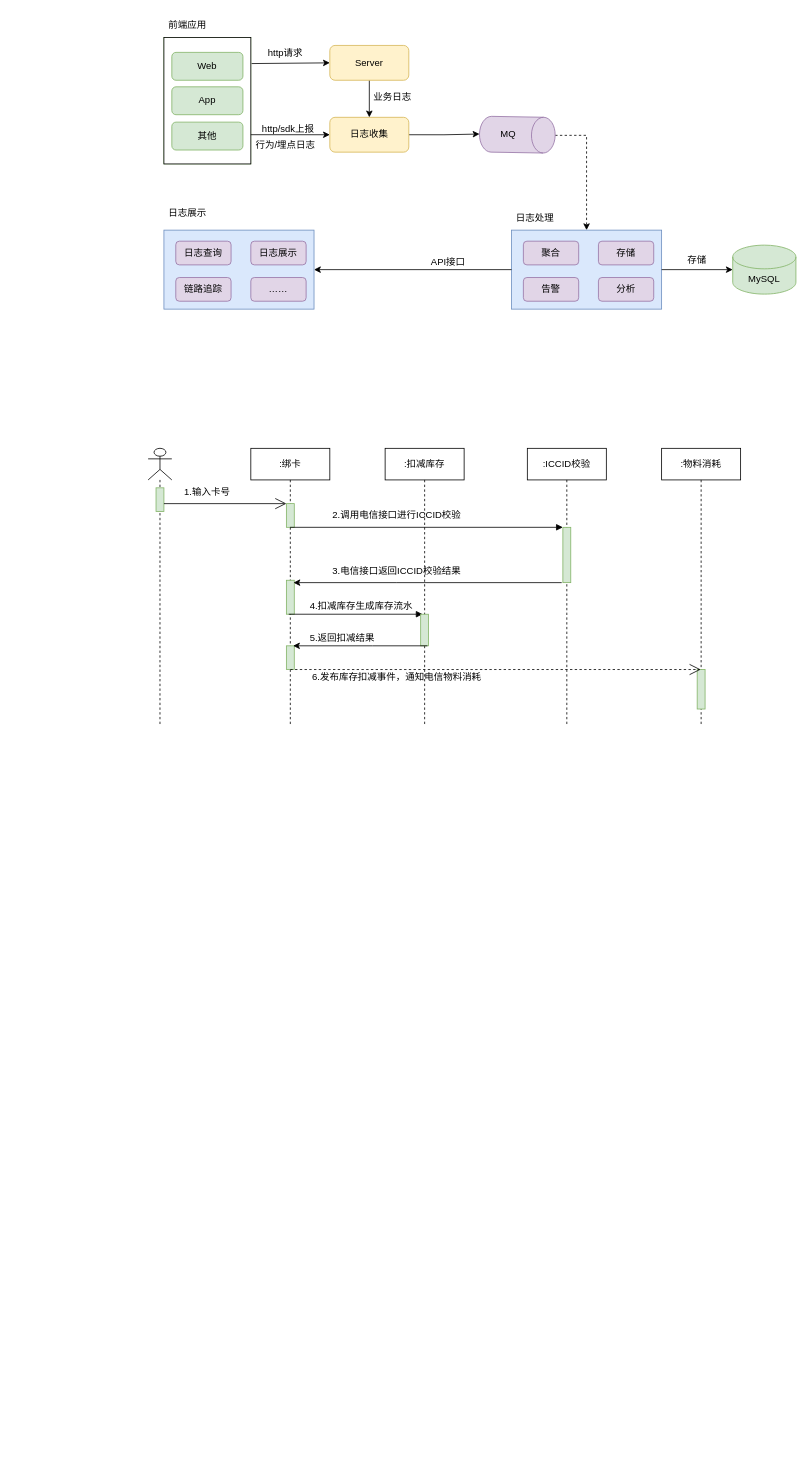
This is 日志埋点收集.drawio from vvhard/draw_io, a draw.io file, before an edit. Source tidied: cells renumbered, new cells numbered last; positions are measured from the earlier drawing's top-left corner, leaving out a move shared by most shapes. Both pictures are drawn from the tidied source at 79%, with x=0, y=0 at pixel (148, 13).
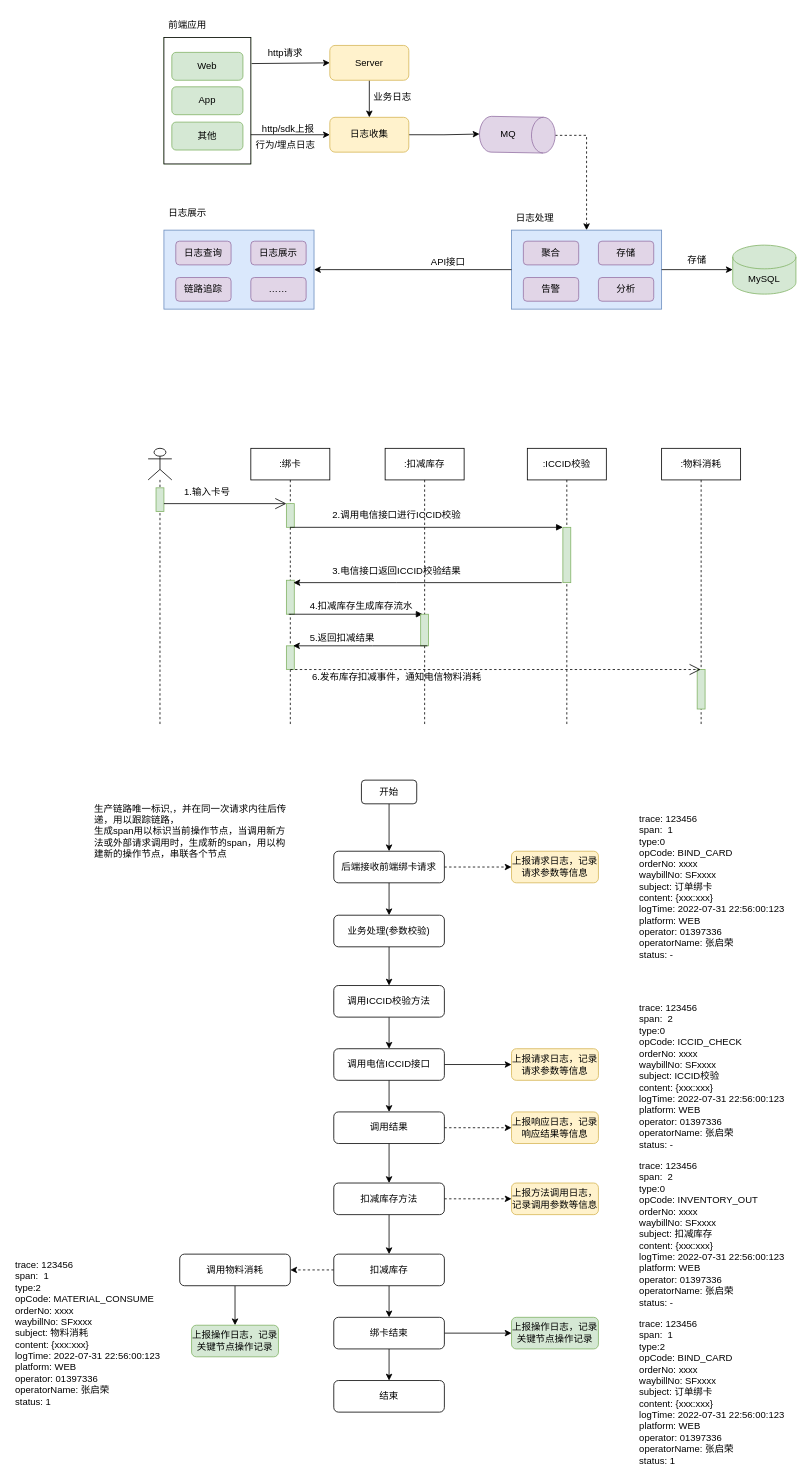
The same diagram, later.

Commit message:
更新日志埋点收集.drawio

The edit, as a diff of the source:
```diff
@@
+    <mxCell id="64" style="edgeStyle=orthogonalEdgeStyle;rounded=0;jettySize=auto;html=1;exitX=0.5;exitY=1;exitDx=0;exitDy=0;entryX=0.5;entryY=0;entryDx=0;entryDy=0;" parent="1" edge="1" source="65" target="68">
+      <mxGeometry relative="1" as="geometry" />
+    </mxCell>
+    <mxCell id="65" value="开始" style="rounded=1;whiteSpace=wrap;html=1;" parent="1" vertex="1">
+      <mxGeometry x="270" y="970" width="70" height="30" as="geometry" />
+    </mxCell>
+    <mxCell id="66" style="edgeStyle=orthogonalEdgeStyle;rounded=0;jettySize=auto;html=1;exitX=0.5;exitY=1;exitDx=0;exitDy=0;entryX=0.5;entryY=0;entryDx=0;entryDy=0;" parent="1" edge="1" source="68" target="70">
+      <mxGeometry relative="1" as="geometry" />
+    </mxCell>
+    <mxCell id="67" style="edgeStyle=orthogonalEdgeStyle;rounded=0;jettySize=auto;html=1;exitX=1;exitY=0.5;exitDx=0;exitDy=0;entryX=0;entryY=0.5;entryDx=0;entryDy=0;dashed=1;" parent="1" edge="1" source="68" target="73">
+      <mxGeometry relative="1" as="geometry" />
+    </mxCell>
+    <mxCell id="68" value="后端接收前端绑卡请求" style="rounded=1;whiteSpace=wrap;html=1;" parent="1" vertex="1">
+      <mxGeometry x="235" y="1060" width="140" height="40" as="geometry" />
+    </mxCell>
+    <mxCell id="69" style="edgeStyle=orthogonalEdgeStyle;rounded=0;jettySize=auto;html=1;exitX=0.5;exitY=1;exitDx=0;exitDy=0;entryX=0.5;entryY=0;entryDx=0;entryDy=0;" parent="1" edge="1" source="70" target="72">
+      <mxGeometry relative="1" as="geometry" />
+    </mxCell>
+    <mxCell id="70" value="业务处理(参数校验)" style="rounded=1;whiteSpace=wrap;html=1;" parent="1" vertex="1">
+      <mxGeometry x="235" y="1141" width="140" height="40" as="geometry" />
+    </mxCell>
+    <mxCell id="71" style="edgeStyle=orthogonalEdgeStyle;rounded=0;jettySize=auto;html=1;exitX=0.5;exitY=1;exitDx=0;exitDy=0;entryX=0.5;entryY=0;entryDx=0;entryDy=0;" parent="1" edge="1" source="72" target="76">
+      <mxGeometry relative="1" as="geometry" />
+    </mxCell>
+    <mxCell id="72" value="调用ICCID校验方法" style="rounded=1;whiteSpace=wrap;html=1;" parent="1" vertex="1">
+      <mxGeometry x="235" y="1230" width="140" height="40" as="geometry" />
+    </mxCell>
+    <mxCell id="73" value="上报请求日志，记录请求参数等信息" style="rounded=1;whiteSpace=wrap;html=1;fillColor=#fff2cc;strokeColor=#d6b656;" parent="1" vertex="1">
+      <mxGeometry x="460" y="1060" width="110" height="40" as="geometry" />
+    </mxCell>
+    <mxCell id="74" style="edgeStyle=orthogonalEdgeStyle;rounded=0;jettySize=auto;html=1;exitX=0.5;exitY=1;exitDx=0;exitDy=0;entryX=0.5;entryY=0;entryDx=0;entryDy=0;" parent="1" edge="1" source="76" target="79">
+      <mxGeometry relative="1" as="geometry" />
+    </mxCell>
+    <mxCell id="75" style="edgeStyle=orthogonalEdgeStyle;rounded=0;jettySize=auto;html=1;exitX=1;exitY=0.5;exitDx=0;exitDy=0;" parent="1" edge="1" source="76" target="93">
+      <mxGeometry relative="1" as="geometry" />
+    </mxCell>
+    <mxCell id="76" value="调用电信ICCID接口" style="rounded=1;whiteSpace=wrap;html=1;" parent="1" vertex="1">
+      <mxGeometry x="235" y="1310" width="140" height="40" as="geometry" />
+    </mxCell>
+    <mxCell id="77" style="edgeStyle=orthogonalEdgeStyle;rounded=0;jettySize=auto;html=1;exitX=0.5;exitY=1;exitDx=0;exitDy=0;" parent="1" edge="1" source="79" target="82">
+      <mxGeometry relative="1" as="geometry" />
+    </mxCell>
+    <mxCell id="78" style="edgeStyle=orthogonalEdgeStyle;rounded=0;jettySize=auto;html=1;exitX=1;exitY=0.5;exitDx=0;exitDy=0;dashed=1;" parent="1" edge="1" source="79" target="92">
+      <mxGeometry relative="1" as="geometry" />
+    </mxCell>
+    <mxCell id="79" value="调用结果" style="rounded=1;whiteSpace=wrap;html=1;" parent="1" vertex="1">
+      <mxGeometry x="235" y="1390" width="140" height="40" as="geometry" />
+    </mxCell>
+    <mxCell id="80" style="edgeStyle=orthogonalEdgeStyle;rounded=0;jettySize=auto;html=1;entryX=0.5;entryY=0;entryDx=0;entryDy=0;" parent="1" edge="1" source="82" target="85">
+      <mxGeometry relative="1" as="geometry" />
+    </mxCell>
+    <mxCell id="81" style="edgeStyle=orthogonalEdgeStyle;rounded=0;jettySize=auto;html=1;exitX=1;exitY=0.5;exitDx=0;exitDy=0;dashed=1;" parent="1" edge="1" source="82" target="91">
+      <mxGeometry relative="1" as="geometry" />
+    </mxCell>
+    <mxCell id="82" value="扣减库存方法" style="rounded=1;whiteSpace=wrap;html=1;" parent="1" vertex="1">
+      <mxGeometry x="235" y="1480" width="140" height="40" as="geometry" />
+    </mxCell>
+    <mxCell id="83" style="edgeStyle=orthogonalEdgeStyle;rounded=0;jettySize=auto;html=1;entryX=0.5;entryY=0;entryDx=0;entryDy=0;" parent="1" edge="1" source="85" target="88">
+      <mxGeometry relative="1" as="geometry" />
+    </mxCell>
+    <mxCell id="84" style="edgeStyle=orthogonalEdgeStyle;rounded=0;jettySize=auto;html=1;entryX=1;entryY=0.5;entryDx=0;entryDy=0;dashed=1;" parent="1" edge="1" source="85" target="101">
+      <mxGeometry relative="1" as="geometry" />
+    </mxCell>
+    <mxCell id="85" value="扣减库存" style="rounded=1;whiteSpace=wrap;html=1;" parent="1" vertex="1">
+      <mxGeometry x="235" y="1570" width="140" height="40" as="geometry" />
+    </mxCell>
+    <mxCell id="86" style="edgeStyle=orthogonalEdgeStyle;rounded=0;jettySize=auto;html=1;exitX=0.5;exitY=1;exitDx=0;exitDy=0;entryX=0.5;entryY=0;entryDx=0;entryDy=0;" parent="1" edge="1" source="88" target="89">
+      <mxGeometry relative="1" as="geometry" />
+    </mxCell>
+    <mxCell id="87" style="edgeStyle=orthogonalEdgeStyle;rounded=0;jettySize=auto;html=1;exitX=1;exitY=0.5;exitDx=0;exitDy=0;entryX=0;entryY=0.5;entryDx=0;entryDy=0;" parent="1" edge="1" source="88" target="90">
+      <mxGeometry relative="1" as="geometry" />
+    </mxCell>
+    <mxCell id="88" value="绑卡结束" style="rounded=1;whiteSpace=wrap;html=1;" parent="1" vertex="1">
+      <mxGeometry x="235" y="1650" width="140" height="40" as="geometry" />
+    </mxCell>
+    <mxCell id="89" value="结束" style="rounded=1;whiteSpace=wrap;html=1;" parent="1" vertex="1">
+      <mxGeometry x="235" y="1730" width="140" height="40" as="geometry" />
+    </mxCell>
+    <mxCell id="90" value="上报操作日志，记录关键节点操作记录" style="rounded=1;whiteSpace=wrap;html=1;fillColor=#d5e8d4;strokeColor=#82b366;" parent="1" vertex="1">
+      <mxGeometry x="460" y="1650" width="110" height="40" as="geometry" />
+    </mxCell>
+    <mxCell id="91" value="上报方法调用日志，记录调用参数等信息" style="rounded=1;whiteSpace=wrap;html=1;fillColor=#fff2cc;strokeColor=#d6b656;" parent="1" vertex="1">
+      <mxGeometry x="460" y="1480" width="110" height="40" as="geometry" />
+    </mxCell>
+    <mxCell id="92" value="上报响应日志，记录响应结果等信息" style="rounded=1;whiteSpace=wrap;html=1;fillColor=#fff2cc;strokeColor=#d6b656;" parent="1" vertex="1">
+      <mxGeometry x="460" y="1390" width="110" height="40" as="geometry" />
+    </mxCell>
+    <mxCell id="93" value="上报请求日志，记录请求参数等信息" style="rounded=1;whiteSpace=wrap;html=1;fillColor=#fff2cc;strokeColor=#d6b656;" parent="1" vertex="1">
+      <mxGeometry x="460" y="1310" width="110" height="40" as="geometry" />
+    </mxCell>
+    <mxCell id="94" value="生产链路唯一标识,，并在同一次请求内往后传递，用以跟踪链路，&lt;br&gt;生成span用以标识当前操作节点，当调用新方法或外部请求调用时，生成新的span，用以构建新的操作节点，串联各个节点" style="text;html=1;strokeColor=none;fillColor=none;align=left;verticalAlign=middle;whiteSpace=wrap;rounded=0;" parent="1" vertex="1">
+      <mxGeometry x="-70" y="990" width="256" height="90" as="geometry" />
+    </mxCell>
+    <mxCell id="95" value="trace: 123456&lt;br&gt;span:&amp;nbsp; 1&lt;br&gt;type:0&lt;br&gt;opCode: BIND_CARD&lt;br&gt;orderNo: xxxx&lt;br&gt;waybillNo: SFxxxx&lt;br&gt;subject: 订单绑卡&lt;br&gt;content: {xxx:xxx}&lt;br&gt;logTime: 2022-07-31 22:56:00:123&lt;br&gt;platform: WEB&lt;br&gt;operator: 01397336&lt;br&gt;operatorName: 张启荣&lt;br&gt;status: -" style="text;html=1;strokeColor=none;fillColor=none;align=left;verticalAlign=middle;whiteSpace=wrap;rounded=0;" parent="1" vertex="1">
+      <mxGeometry x="620" y="1010" width="200" height="190" as="geometry" />
+    </mxCell>
+    <mxCell id="96" value="trace: 123456&lt;br&gt;span:&amp;nbsp; 2&lt;br&gt;type:0&lt;br&gt;opCode: ICCID_CHECK&lt;br&gt;orderNo: xxxx&lt;br&gt;waybillNo: SFxxxx&lt;br&gt;subject: ICCID校验&lt;br&gt;content: {xxx:xxx}&lt;br&gt;logTime: 2022-07-31 22:56:00:123&lt;br&gt;platform: WEB&lt;br&gt;operator: 01397336&lt;br&gt;operatorName: 张启荣&lt;br&gt;status: -" style="text;html=1;strokeColor=none;fillColor=none;align=left;verticalAlign=middle;whiteSpace=wrap;rounded=0;" parent="1" vertex="1">
+      <mxGeometry x="620" y="1250" width="200" height="190" as="geometry" />
+    </mxCell>
+    <mxCell id="97" value="trace: 123456&lt;br&gt;span:&amp;nbsp; 2&lt;br&gt;type:0&lt;br&gt;opCode: INVENTORY_OUT&lt;br&gt;orderNo: xxxx&lt;br&gt;waybillNo: SFxxxx&lt;br&gt;subject: 扣减库存&lt;br&gt;content: {xxx:xxx}&lt;br&gt;logTime: 2022-07-31 22:56:00:123&lt;br&gt;platform: WEB&lt;br&gt;operator: 01397336&lt;br&gt;operatorName: 张启荣&lt;br&gt;status: -" style="text;html=1;strokeColor=none;fillColor=none;align=left;verticalAlign=middle;whiteSpace=wrap;rounded=0;" parent="1" vertex="1">
+      <mxGeometry x="620" y="1450" width="200" height="190" as="geometry" />
+    </mxCell>
+    <mxCell id="98" value="trace: 123456&lt;br&gt;span:&amp;nbsp; 1&lt;br&gt;type:2&lt;br&gt;opCode: BIND_CARD&lt;br&gt;orderNo: xxxx&lt;br&gt;waybillNo: SFxxxx&lt;br&gt;subject: 订单绑卡&lt;br&gt;content: {xxx:xxx}&lt;br&gt;logTime: 2022-07-31 22:56:00:123&lt;br&gt;platform: WEB&lt;br&gt;operator: 01397336&lt;br&gt;operatorName: 张启荣&lt;br&gt;status: 1" style="text;html=1;strokeColor=none;fillColor=none;align=left;verticalAlign=middle;whiteSpace=wrap;rounded=0;" parent="1" vertex="1">
+      <mxGeometry x="620" y="1650" width="200" height="190" as="geometry" />
+    </mxCell>
+    <mxCell id="99" value="trace: 123456&lt;br&gt;span:&amp;nbsp; 1&lt;br&gt;type:2&lt;br&gt;opCode: MATERIAL_CONSUME&lt;br&gt;orderNo: xxxx&lt;br&gt;waybillNo: SFxxxx&lt;br&gt;subject: 物料消耗&lt;br&gt;content: {xxx:xxx}&lt;br&gt;logTime: 2022-07-31 22:56:00:123&lt;br&gt;platform: WEB&lt;br&gt;operator: 01397336&lt;br&gt;operatorName: 张启荣&lt;br&gt;status: 1" style="text;html=1;strokeColor=none;fillColor=none;align=left;verticalAlign=middle;whiteSpace=wrap;rounded=0;" parent="1" vertex="1">
+      <mxGeometry x="-170" y="1575" width="200" height="190" as="geometry" />
+    </mxCell>
+    <mxCell id="100" style="edgeStyle=orthogonalEdgeStyle;rounded=0;jettySize=auto;html=1;exitX=0.5;exitY=1;exitDx=0;exitDy=0;entryX=0.5;entryY=0;entryDx=0;entryDy=0;" parent="1" edge="1" source="101" target="102">
+      <mxGeometry relative="1" as="geometry" />
+    </mxCell>
+    <mxCell id="101" value="调用物料消耗" style="rounded=1;whiteSpace=wrap;html=1;" parent="1" vertex="1">
+      <mxGeometry x="40" y="1570" width="140" height="40" as="geometry" />
+    </mxCell>
+    <mxCell id="102" value="上报操作日志，记录关键节点操作记录" style="rounded=1;whiteSpace=wrap;html=1;fillColor=#d5e8d4;strokeColor=#82b366;" parent="1" vertex="1">
+      <mxGeometry x="55" y="1660" width="110" height="40" as="geometry" />
+    </mxCell>
```
